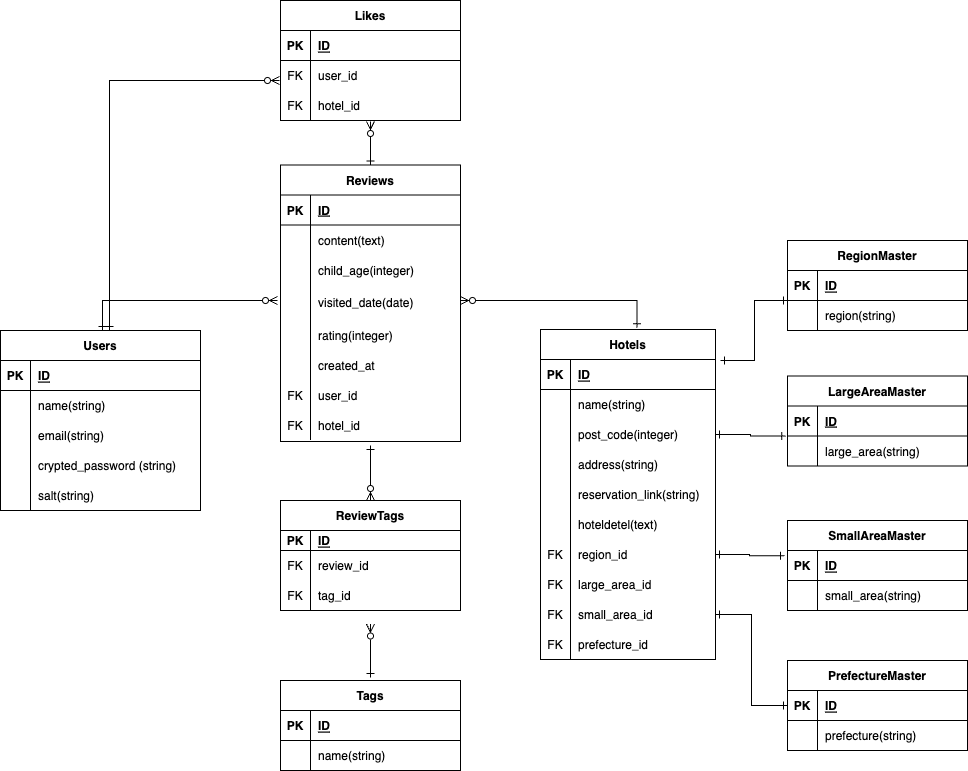
This is ER.drawio.png from ogawasayaka/child-friendly_hotel, a draw.io export, as it was before one commit. Source tidied: cells renumbered, new cells last; positions are measured from the earlier drawing's top-left corner, leaving out a move shared by most shapes.
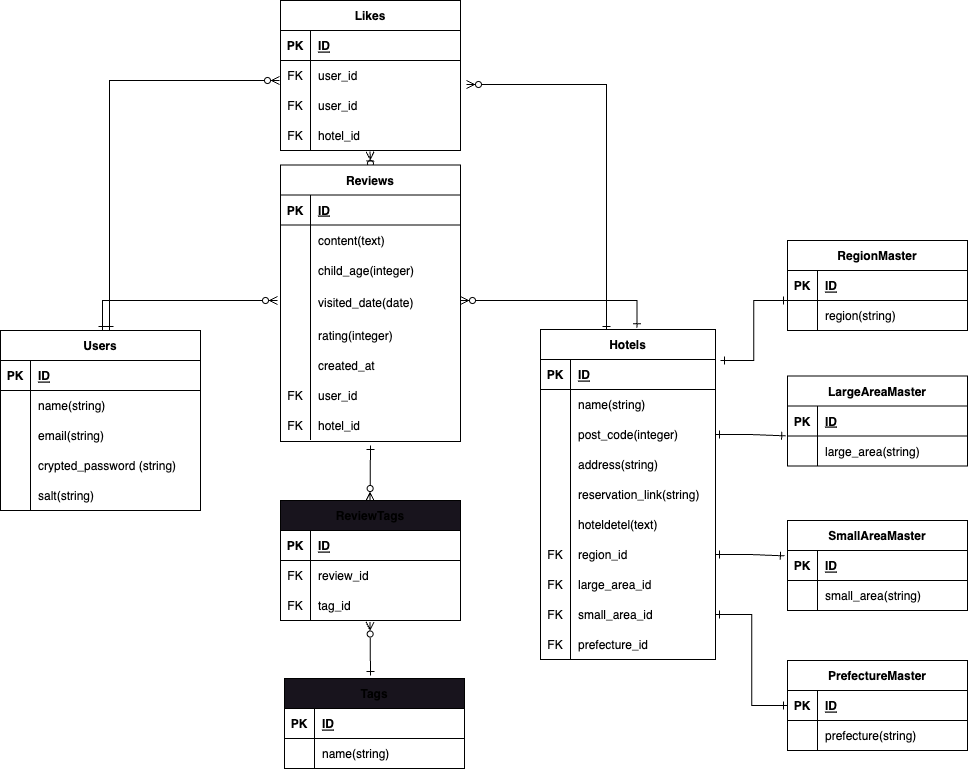
Later version of the same file.

Change to the diagram source:
```diff
@@ -72,7 +72,17 @@
     <mxCell id="19" value="salt(string)" style="shape=partialRectangle;fillColor=none;top=0;left=0;bottom=0;right=0;align=left;spacingLeft=6;overflow=hidden;" parent="17" vertex="1">
       <mxGeometry x="30" width="170" height="30" as="geometry" />
     </mxCell>
+    <mxCell id="139" style="edgeStyle=elbowEdgeStyle;rounded=0;html=1;startArrow=ERone;startFill=0;endArrow=ERzeroToMany;endFill=0;exitX=0.377;exitY=0.003;exitDx=0;exitDy=0;exitPerimeter=0;" parent="1" edge="1" source="20">
+      <mxGeometry relative="1" as="geometry">
+        <mxPoint x="466" y="84" as="targetPoint" />
+        <Array as="points">
+          <mxPoint x="606" y="134" />
+          <mxPoint x="606" y="134" />
+          <mxPoint x="606" y="204" />
+        </Array>
+      </mxGeometry>
+    </mxCell>
-    <mxCell id="20" value="Hotels" style="shape=table;startSize=30;rowLines=0;fontStyle=1;align=center;fillColor=#FFFFFF;" parent="1" vertex="1">
+    <mxCell id="20" value="Hotels" style="shape=table;startSize=30;rowLines=0;fontStyle=1;align=center;" parent="1" vertex="1">
       <mxGeometry x="540" y="329" width="175" height="330" as="geometry" />
     </mxCell>
     <mxCell id="21" style="shape=tableRow;horizontal=0;startSize=0;swimlaneHead=0;swimlaneBody=0;fillColor=none;top=0;left=0;right=0;bottom=1;" parent="20" vertex="1">
@@ -174,7 +184,7 @@
         <mxPoint x="370" y="500" as="targetPoint" />
       </mxGeometry>
     </mxCell>
-    <mxCell id="53" value="Reviews" style="shape=table;startSize=30;rowLines=0;fontStyle=1;align=center;labelBackgroundColor=default;labelBorderColor=none;" parent="1" vertex="1">
+    <mxCell id="53" value="Reviews" style="shape=table;startSize=30;rowLines=0;fontStyle=1;align=center;" parent="1" vertex="1">
       <mxGeometry x="280" y="164.5" width="180" height="276.5" as="geometry" />
     </mxCell>
     <mxCell id="54" style="shape=tableRow;horizontal=0;startSize=0;swimlaneHead=0;swimlaneBody=0;fillColor=none;top=0;left=0;right=0;bottom=1;" parent="53" vertex="1">
@@ -250,7 +260,7 @@
       <mxGeometry x="30" width="150" height="30" as="geometry" />
     </mxCell>
     <mxCell id="78" value="Likes" style="shape=table;startSize=30;rowLines=0;fontStyle=1;align=center;" parent="1" vertex="1">
-      <mxGeometry x="280" width="180" height="120" as="geometry" />
+      <mxGeometry x="280" width="180" height="150" as="geometry" />
     </mxCell>
     <mxCell id="79" style="shape=tableRow;horizontal=0;startSize=0;swimlaneHead=0;swimlaneBody=0;fillColor=none;top=0;left=0;right=0;bottom=1;" parent="78" vertex="1">
       <mxGeometry y="30" width="180" height="30" as="geometry" />
@@ -270,8 +280,17 @@
     <mxCell id="84" value="user_id" style="shape=partialRectangle;fillColor=none;top=0;left=0;bottom=0;right=0;align=left;spacingLeft=6;overflow=hidden;" parent="82" vertex="1">
       <mxGeometry x="30" width="150" height="30" as="geometry" />
     </mxCell>
+    <mxCell id="140" style="shape=tableRow;horizontal=0;startSize=0;swimlaneHead=0;swimlaneBody=0;fillColor=none;top=0;left=0;right=0;bottom=0;" parent="78" vertex="1">
+      <mxGeometry y="90" width="180" height="30" as="geometry" />
+    </mxCell>
+    <mxCell id="141" value="FK" style="shape=partialRectangle;fillColor=none;top=0;left=0;bottom=0;right=0;overflow=hidden;" parent="140" vertex="1">
+      <mxGeometry width="30" height="30" as="geometry" />
+    </mxCell>
+    <mxCell id="142" value="user_id" style="shape=partialRectangle;fillColor=none;top=0;left=0;bottom=0;right=0;align=left;spacingLeft=6;overflow=hidden;" parent="140" vertex="1">
+      <mxGeometry x="30" width="150" height="30" as="geometry" />
+    </mxCell>
     <mxCell id="85" style="shape=tableRow;horizontal=0;startSize=0;swimlaneHead=0;swimlaneBody=0;fillColor=none;points=[[0,0.5],[1,0.5]];portConstraint=eastwest;top=0;left=0;right=0;bottom=0;" parent="78" vertex="1">
-      <mxGeometry y="90" width="180" height="30" as="geometry" />
+      <mxGeometry y="120" width="180" height="30" as="geometry" />
     </mxCell>
     <mxCell id="86" value="FK" style="shape=partialRectangle;fillColor=none;top=0;left=0;bottom=0;right=0;overflow=hidden;" parent="85" vertex="1">
       <mxGeometry width="30" height="30" as="geometry" />
@@ -365,8 +384,8 @@
     </mxCell>
     <mxCell id="116" style="edgeStyle=elbowEdgeStyle;rounded=0;html=1;exitX=0.5;exitY=0;exitDx=0;exitDy=0;startArrow=ERone;startFill=0;endArrow=ERzeroToMany;endFill=0;entryX=0.505;entryY=1.117;entryDx=0;entryDy=0;entryPerimeter=0;" parent="1" edge="1">
       <mxGeometry relative="1" as="geometry">
-        <mxPoint x="370" y="677" as="sourcePoint" />
-        <mxPoint x="370.9" y="623.5" as="targetPoint" />
+        <mxPoint x="370" y="675" as="sourcePoint" />
+        <mxPoint x="370.9" y="621.5" as="targetPoint" />
       </mxGeometry>
     </mxCell>
     <mxCell id="117" style="edgeStyle=elbowEdgeStyle;rounded=0;elbow=vertical;html=1;exitX=0.5;exitY=0;exitDx=0;exitDy=0;startArrow=ERzeroToMany;startFill=0;endArrow=ERone;endFill=0;entryX=0.551;entryY=-0.005;entryDx=0;entryDy=0;entryPerimeter=0;" parent="1" edge="1" target="20">
@@ -393,20 +412,20 @@
     <mxCell id="121" style="edgeStyle=elbowEdgeStyle;rounded=0;html=1;exitX=1;exitY=0.5;exitDx=0;exitDy=0;entryX=0;entryY=0.5;entryDx=0;entryDy=0;startArrow=ERone;startFill=0;endArrow=ERone;endFill=0;" parent="1" edge="1" source="45" target="110">
       <mxGeometry relative="1" as="geometry" />
     </mxCell>
-    <mxCell id="122" value="ReviewTags" style="shape=table;startSize=30;rowLines=0;fontStyle=1;align=center;fillColor=#FFFFFF;" parent="1" vertex="1">
-      <mxGeometry x="280" y="500" width="180" height="110" as="geometry" />
+    <mxCell id="122" value="ReviewTags" style="shape=table;startSize=30;rowLines=0;fontStyle=1;align=center;fillColor=#18141D;" parent="1" vertex="1">
+      <mxGeometry x="280" y="500" width="180" height="120" as="geometry" />
     </mxCell>
     <mxCell id="123" style="shape=tableRow;horizontal=0;startSize=0;swimlaneHead=0;swimlaneBody=0;fillColor=none;top=0;left=0;right=0;bottom=1;" parent="122" vertex="1">
-      <mxGeometry y="30" width="180" height="20" as="geometry" />
+      <mxGeometry y="30" width="180" height="30" as="geometry" />
     </mxCell>
     <mxCell id="124" value="PK" style="shape=partialRectangle;fillColor=none;top=0;left=0;bottom=0;right=0;fontStyle=1;overflow=hidden;" parent="123" vertex="1">
-      <mxGeometry width="30" height="20" as="geometry" />
+      <mxGeometry width="30" height="30" as="geometry" />
     </mxCell>
     <mxCell id="125" value="ID" style="shape=partialRectangle;fillColor=none;top=0;left=0;bottom=0;right=0;align=left;spacingLeft=6;fontStyle=5;overflow=hidden;" parent="123" vertex="1">
-      <mxGeometry x="30" width="150" height="20" as="geometry" />
+      <mxGeometry x="30" width="150" height="30" as="geometry" />
     </mxCell>
     <mxCell id="126" style="shape=tableRow;horizontal=0;startSize=0;swimlaneHead=0;swimlaneBody=0;fillColor=none;top=0;left=0;right=0;bottom=0;" parent="122" vertex="1">
-      <mxGeometry y="50" width="180" height="30" as="geometry" />
+      <mxGeometry y="60" width="180" height="30" as="geometry" />
     </mxCell>
     <mxCell id="127" value="FK" style="shape=partialRectangle;fillColor=none;top=0;left=0;bottom=0;right=0;overflow=hidden;" parent="126" vertex="1">
       <mxGeometry width="30" height="30" as="geometry" />
@@ -415,7 +434,7 @@
       <mxGeometry x="30" width="150" height="30" as="geometry" />
     </mxCell>
     <mxCell id="129" style="shape=tableRow;horizontal=0;startSize=0;swimlaneHead=0;swimlaneBody=0;fillColor=none;top=0;left=0;right=0;bottom=0;" parent="122" vertex="1">
-      <mxGeometry y="80" width="180" height="30" as="geometry" />
+      <mxGeometry y="90" width="180" height="30" as="geometry" />
     </mxCell>
     <mxCell id="130" value="FK" style="shape=partialRectangle;fillColor=none;top=0;left=0;bottom=0;right=0;overflow=hidden;" parent="129" vertex="1">
       <mxGeometry width="30" height="30" as="geometry" />
@@ -423,8 +442,8 @@
     <mxCell id="131" value="tag_id" style="shape=partialRectangle;fillColor=none;top=0;left=0;bottom=0;right=0;align=left;spacingLeft=6;overflow=hidden;" parent="129" vertex="1">
       <mxGeometry x="30" width="150" height="30" as="geometry" />
     </mxCell>
-    <mxCell id="132" value="Tags" style="shape=table;startSize=30;rowLines=0;fontStyle=1;align=center;fillColor=#FFFFFF;" parent="1" vertex="1">
-      <mxGeometry x="280" y="680" width="180" height="90" as="geometry" />
+    <mxCell id="132" value="Tags" style="shape=table;startSize=30;rowLines=0;fontStyle=1;align=center;fillColor=#18141D;" parent="1" vertex="1">
+      <mxGeometry x="284" y="678" width="180" height="90" as="geometry" />
     </mxCell>
     <mxCell id="133" style="shape=tableRow;horizontal=0;startSize=0;swimlaneHead=0;swimlaneBody=0;fillColor=none;top=0;left=0;right=0;bottom=1;" parent="132" vertex="1">
       <mxGeometry y="30" width="180" height="30" as="geometry" />
```
